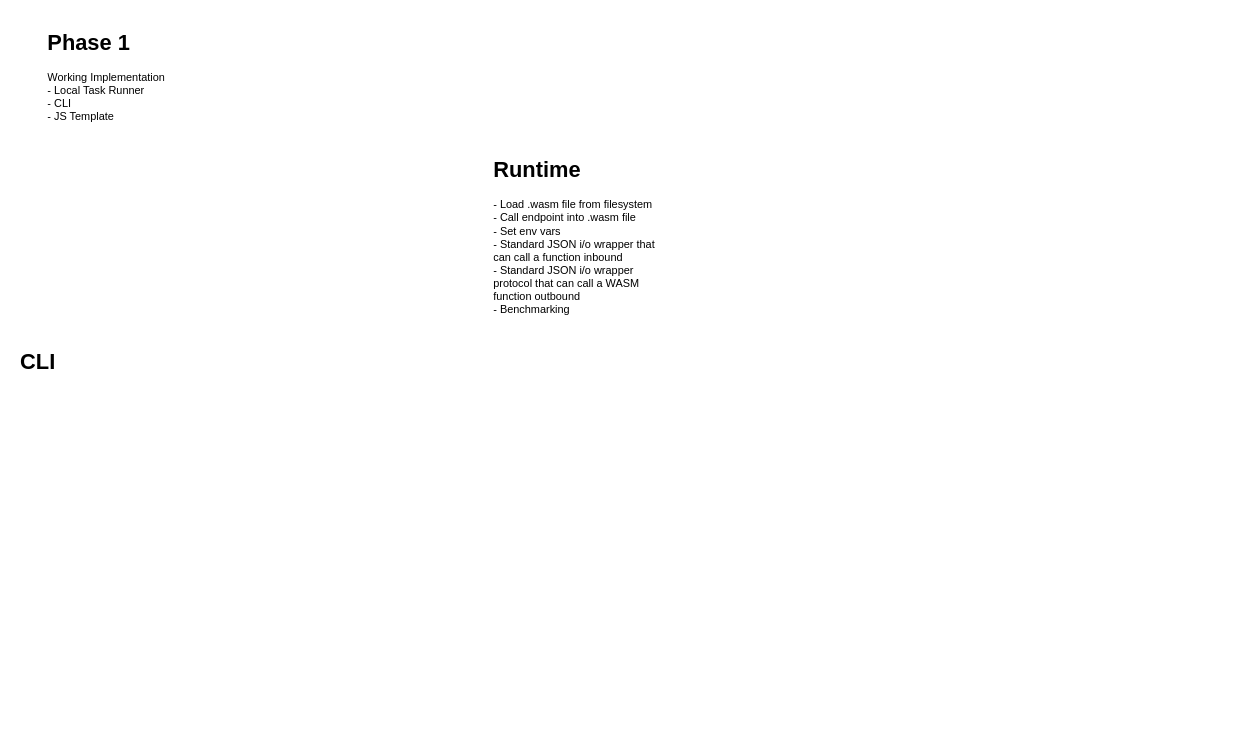
This is diagrams/project plan/Project Plan - Overall.drawio from ubiquitousplatform/docs, a draw.io file, before an edit. Source tidied: cells renumbered, new cells numbered last; positions are measured from the earlier drawing's top-left corner, leaving out a move shared by most shapes. Both pictures are drawn from the tidied source at 91%, with x=0, y=0 at pixel (15, 25).
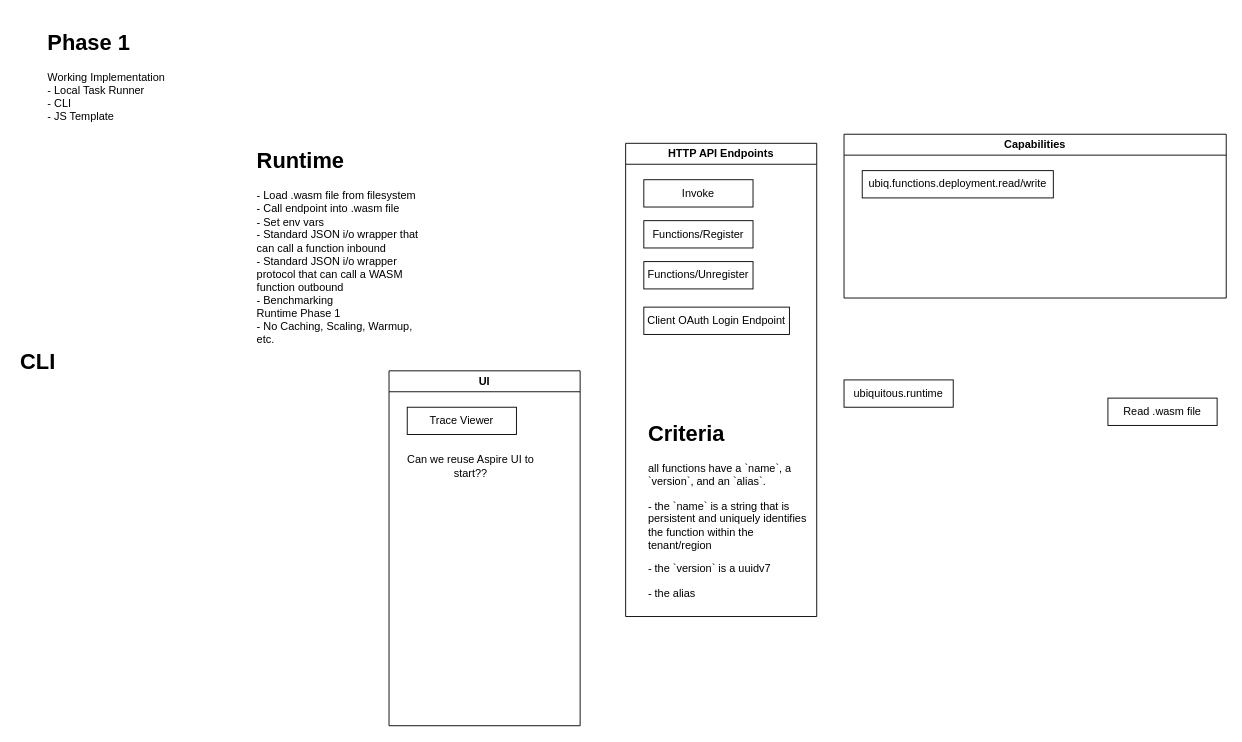
The same page after the edit.

Commit message (it also covers changes not shown here):
Add diagram for Host Interop

Diff of the diagram source:
```diff
@@
 <mxGraphModel>
   <root>
     <mxCell id="0" />
     <mxCell id="1" parent="0" />
     <mxCell id="2" value="&lt;h1&gt;Phase 1&lt;/h1&gt;&lt;div&gt;Working Implementation&lt;/div&gt;&lt;div&gt;- Local Task Runner&lt;/div&gt;&lt;div&gt;- CLI&lt;/div&gt;&lt;div&gt;- JS Template&lt;/div&gt;" style="text;html=1;spacing=5;spacingTop=-20;whiteSpace=wrap;overflow=hidden;rounded=0;" parent="1" vertex="1">
       <mxGeometry x="30" width="190" height="120" as="geometry" />
     </mxCell>
     <mxCell id="3" value="&lt;h1&gt;CLI&amp;nbsp;&lt;/h1&gt;" style="text;html=1;spacing=5;spacingTop=-20;whiteSpace=wrap;overflow=hidden;rounded=0;" parent="1" vertex="1">
       <mxGeometry y="350" width="190" height="120" as="geometry" />
     </mxCell>
-    <mxCell id="4" value="&lt;h1&gt;Runtime&lt;/h1&gt;&lt;div&gt;- Load .wasm file from filesystem&lt;/div&gt;&lt;div&gt;- Call endpoint into .wasm file&lt;/div&gt;&lt;div&gt;- Set env vars&lt;/div&gt;&lt;div&gt;- Standard JSON i/o wrapper that can call a function inbound&lt;/div&gt;&lt;div&gt;- Standard JSON i/o wrapper protocol that can call a WASM function outbound&lt;/div&gt;&lt;div&gt;- Benchmarking&lt;/div&gt;" style="text;html=1;spacing=5;spacingTop=-20;whiteSpace=wrap;overflow=hidden;rounded=0;" parent="1" vertex="1">
-      <mxGeometry x="520" y="140" width="190" height="180" as="geometry" />
+    <mxCell id="4" value="&lt;h1&gt;Runtime&lt;/h1&gt;&lt;div&gt;- Load .wasm file from filesystem&lt;/div&gt;&lt;div&gt;- Call endpoint into .wasm file&lt;/div&gt;&lt;div&gt;- Set env vars&lt;/div&gt;&lt;div&gt;- Standard JSON i/o wrapper that can call a function inbound&lt;/div&gt;&lt;div&gt;- Standard JSON i/o wrapper protocol that can call a WASM function outbound&lt;/div&gt;&lt;div&gt;- Benchmarking&lt;/div&gt;&lt;div&gt;Runtime Phase 1&lt;br style=&quot;border-color: var(--border-color); text-align: center;&quot;&gt;&lt;span style=&quot;text-align: center;&quot;&gt;- No Caching, Scaling, Warmup, etc.&lt;/span&gt;&lt;br&gt;&lt;/div&gt;" style="text;html=1;spacing=5;spacingTop=-20;whiteSpace=wrap;overflow=hidden;rounded=0;" parent="1" vertex="1">
+      <mxGeometry x="260" y="130" width="190" height="230" as="geometry" />
     </mxCell>
+    <mxCell id="5" value="&lt;div&gt;&lt;br&gt;&lt;/div&gt;" style="text;html=1;align=center;verticalAlign=middle;whiteSpace=wrap;rounded=0;" parent="1" vertex="1">
+      <mxGeometry x="840" y="80" width="350" height="30" as="geometry" />
+    </mxCell>
+    <mxCell id="6" value="ubiquitous.runtime" style="rounded=0;whiteSpace=wrap;html=1;" parent="1" vertex="1">
+      <mxGeometry x="910" y="390" width="120" height="30" as="geometry" />
+    </mxCell>
+    <mxCell id="7" value="Read .wasm file" style="rounded=0;whiteSpace=wrap;html=1;" parent="1" vertex="1">
+      <mxGeometry x="1200" y="410" width="120" height="30" as="geometry" />
+    </mxCell>
+    <mxCell id="8" value="HTTP API Endpoints" style="swimlane;whiteSpace=wrap;html=1;" parent="1" vertex="1">
+      <mxGeometry x="670" y="130" width="210" height="520" as="geometry" />
+    </mxCell>
+    <mxCell id="9" value="Invoke" style="rounded=0;whiteSpace=wrap;html=1;" parent="8" vertex="1">
+      <mxGeometry x="20" y="40" width="120" height="30" as="geometry" />
+    </mxCell>
+    <mxCell id="10" value="Functions/Register" style="rounded=0;whiteSpace=wrap;html=1;" parent="8" vertex="1">
+      <mxGeometry x="20" y="85" width="120" height="30" as="geometry" />
+    </mxCell>
+    <mxCell id="11" value="Functions/Unregister" style="rounded=0;whiteSpace=wrap;html=1;" parent="8" vertex="1">
+      <mxGeometry x="20" y="130" width="120" height="30" as="geometry" />
+    </mxCell>
+    <mxCell id="12" value="&lt;h1&gt;Criteria&lt;/h1&gt;&lt;p&gt;all functions have a `name`, a `version`, and an `alias`.&amp;nbsp;&lt;/p&gt;&lt;p&gt;- the `name` is a string that is persistent and uniquely identifies the function within the tenant/region&lt;/p&gt;&lt;p&gt;- the `version` is a uuidv7&lt;/p&gt;&lt;p&gt;- the alias&lt;/p&gt;" style="text;html=1;spacing=5;spacingTop=-20;whiteSpace=wrap;overflow=hidden;rounded=0;" parent="8" vertex="1">
+      <mxGeometry x="20" y="300" width="190" height="220" as="geometry" />
+    </mxCell>
+    <mxCell id="13" value="Client OAuth Login Endpoint" style="rounded=0;whiteSpace=wrap;html=1;" parent="8" vertex="1">
+      <mxGeometry x="20" y="180" width="160" height="30" as="geometry" />
+    </mxCell>
+    <mxCell id="14" value="UI" style="swimlane;whiteSpace=wrap;html=1;" parent="1" vertex="1">
+      <mxGeometry x="410" y="380" width="210" height="390" as="geometry" />
+    </mxCell>
+    <mxCell id="15" value="Trace Viewer" style="rounded=0;whiteSpace=wrap;html=1;" parent="14" vertex="1">
+      <mxGeometry x="20" y="40" width="120" height="30" as="geometry" />
+    </mxCell>
+    <mxCell id="16" value="Can we reuse Aspire UI to start??" style="text;html=1;align=center;verticalAlign=middle;whiteSpace=wrap;rounded=0;" parent="14" vertex="1">
+      <mxGeometry x="10" y="90" width="160" height="30" as="geometry" />
+    </mxCell>
+    <mxCell id="17" value="Capabilities" style="swimlane;whiteSpace=wrap;html=1;" parent="1" vertex="1">
+      <mxGeometry x="910" y="120" width="420" height="180" as="geometry" />
+    </mxCell>
+    <mxCell id="18" value="ubiq.functions.deployment.read/write" style="rounded=0;whiteSpace=wrap;html=1;" parent="17" vertex="1">
+      <mxGeometry x="20" y="40" width="210" height="30" as="geometry" />
+    </mxCell>
   </root>
 </mxGraphModel>
```
